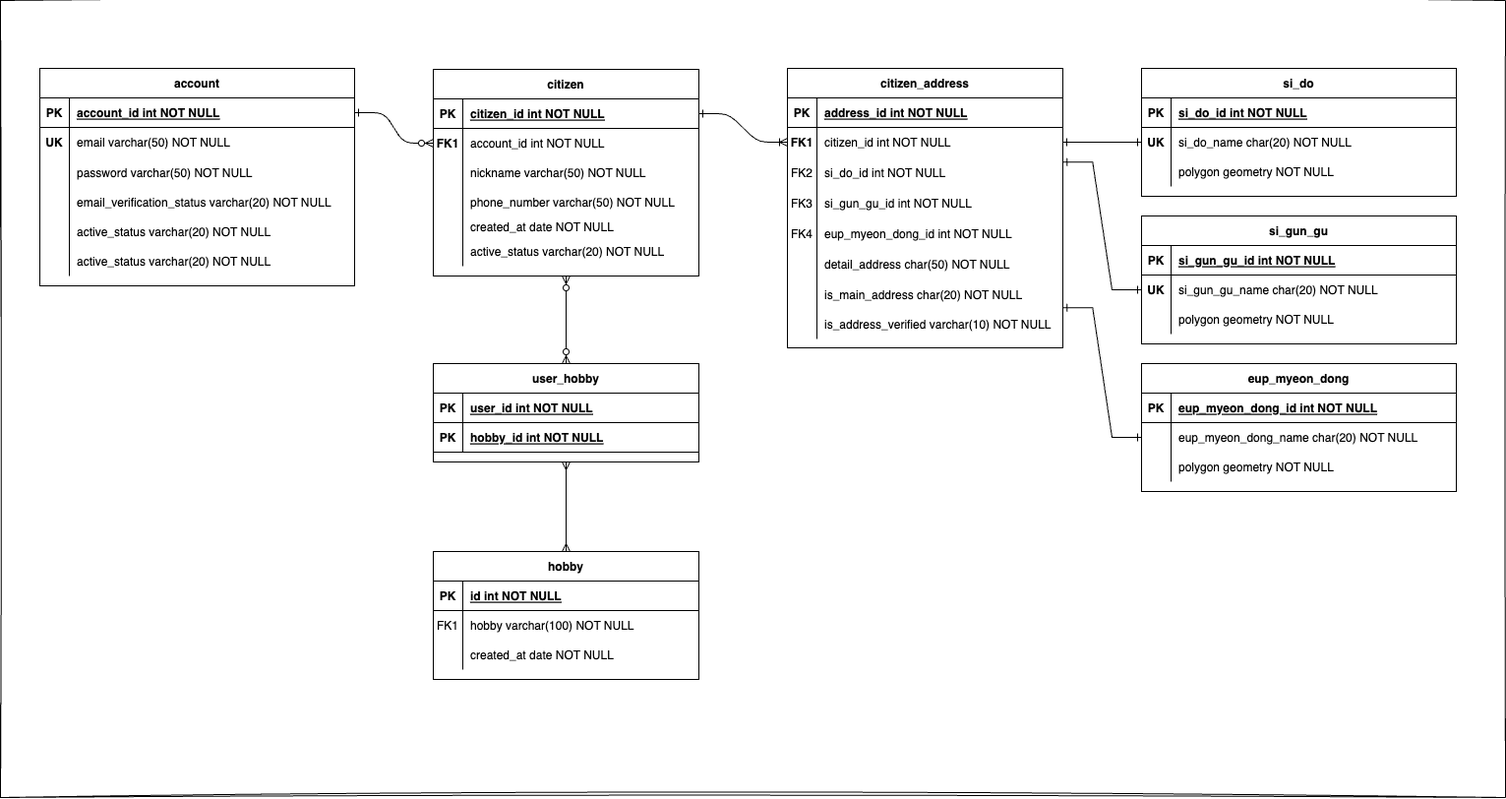
Earlier version of the draw.io export erd.drawio.png (choomi1217/neighbor). Source tidied: cells renumbered, new cells last; positions are measured from the earlier drawing's top-left corner, leaving out a move shared by most shapes.
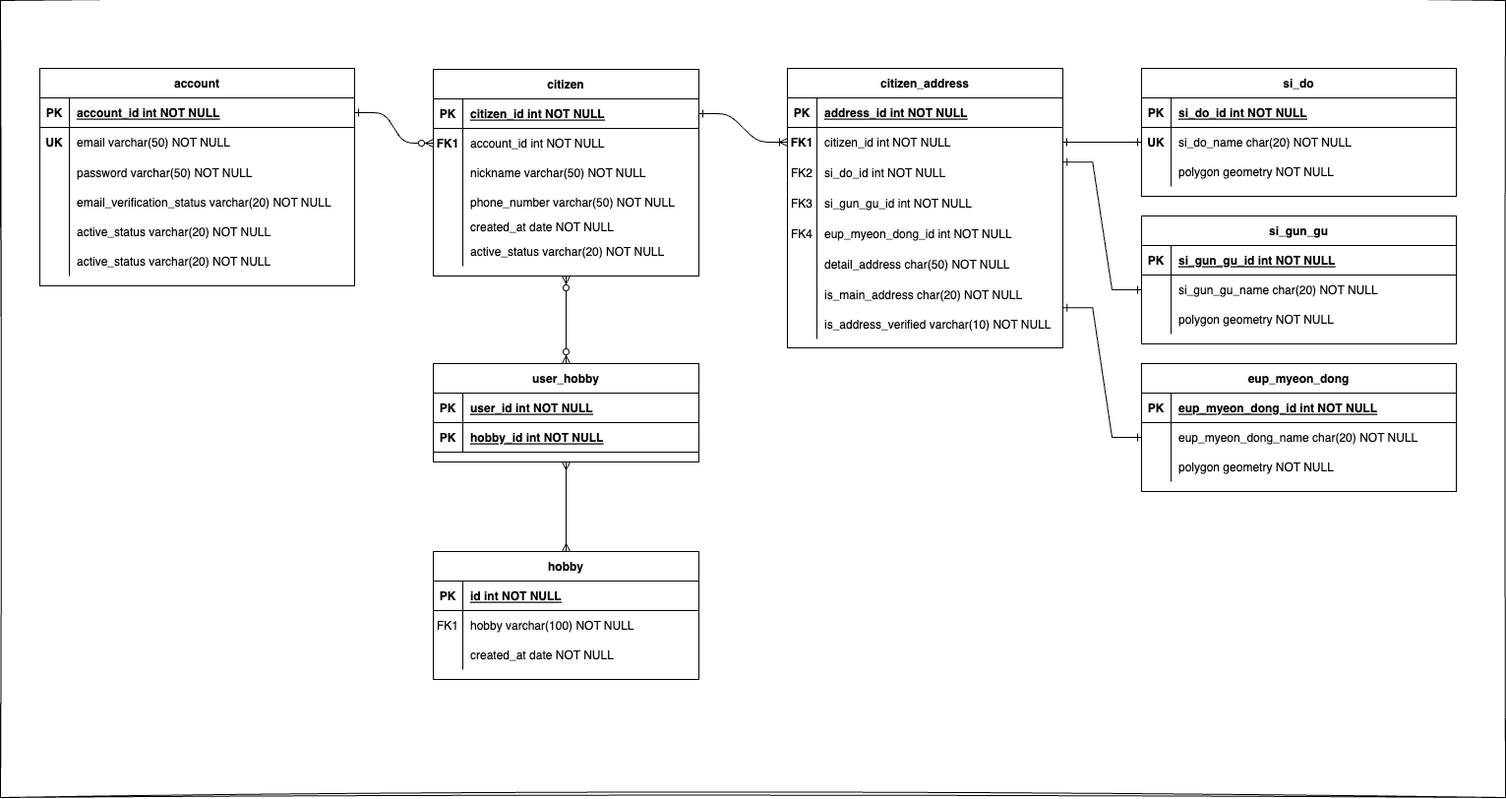
Later version of the same file.

What changed in the source:
```diff
@@ -302,7 +302,7 @@
     <mxCell id="101" style="shape=partialRectangle;fillColor=none;points=[[0,0.5],[1,0.5]];portConstraint=eastwest;top=0;left=0;right=0;bottom=0;" parent="97" vertex="1">
       <mxGeometry y="60" width="320" height="30" as="geometry" />
     </mxCell>
-    <mxCell id="102" value="UK" style="shape=partialRectangle;overflow=hidden;fillColor=none;top=0;left=0;bottom=0;right=0;fontStyle=1;" parent="101" vertex="1">
+    <mxCell id="102" style="shape=partialRectangle;overflow=hidden;fillColor=none;top=0;left=0;bottom=0;right=0;fontStyle=1;" parent="101" vertex="1">
       <mxGeometry width="30" height="30" as="geometry" />
     </mxCell>
     <mxCell id="103" value="si_gun_gu_name char(20) NOT NULL" style="shape=partialRectangle;overflow=hidden;fillColor=none;top=0;left=0;bottom=0;right=0;align=left;spacingLeft=6;" parent="101" vertex="1">
```
